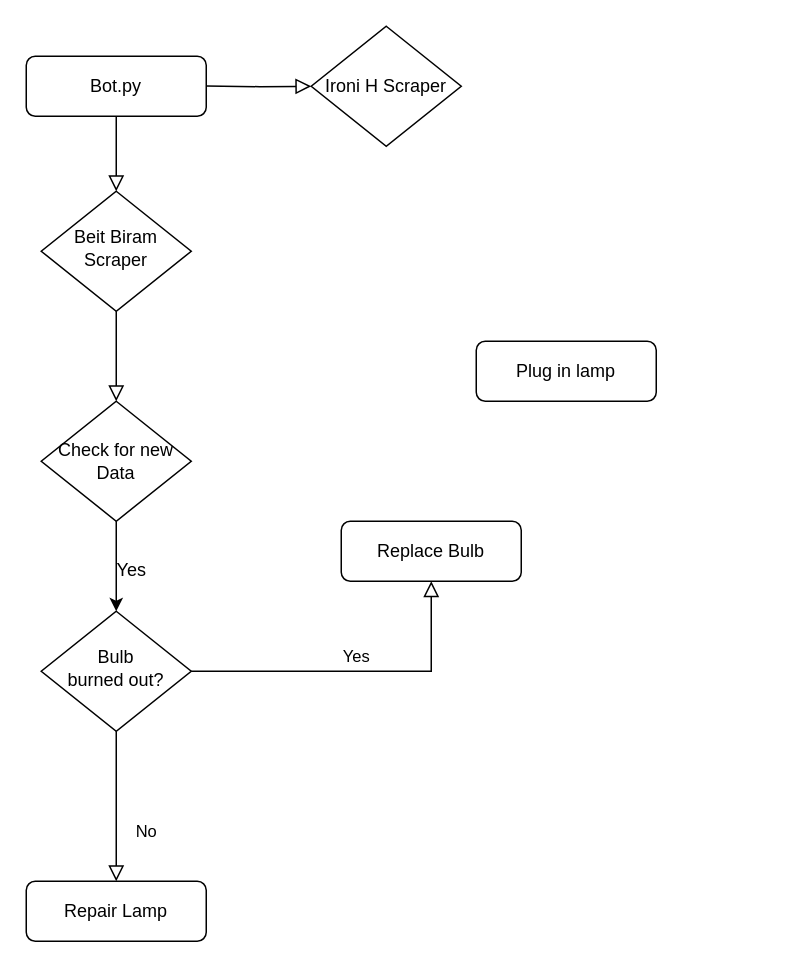
Above: Diagrams/Untitled Diagram.drawio in rakrakon/CalenderDiscordBot (draw.io), before the change. Source tidied: cells renumbered, new cells numbered last; positions are measured from the earlier drawing's top-left corner, leaving out a move shared by most shapes. Both pictures are drawn from the tidied source at 150%, with x=0, y=0 at pixel (26, 26).
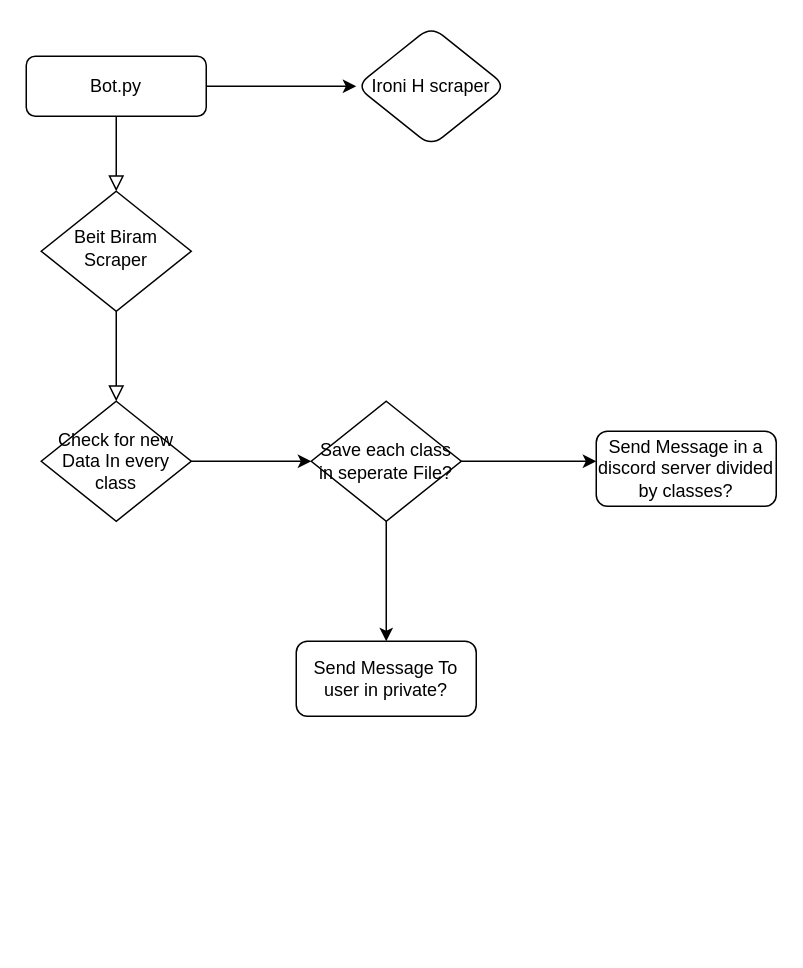
The same diagram, later.

What changed in the source:
```diff
@@
 <mxGraphModel>
   <root>
     <mxCell id="0" />
     <mxCell id="1" parent="0" />
     <mxCell id="2" style="rounded=0;html=1;jettySize=auto;fontSize=11;endArrow=block;endFill=0;endSize=8;strokeWidth=1;shadow=0;labelBackgroundColor=none;edgeStyle=orthogonalEdgeStyle;" parent="1" edge="1" source="3" target="5">
       <mxGeometry relative="1" as="geometry" />
     </mxCell>
+    <mxCell id="17" style="edgeStyle=orthogonalEdgeStyle;rounded=0;jettySize=auto;html=1;" parent="1" edge="1" source="3" target="22">
+      <mxGeometry relative="1" as="geometry" />
+    </mxCell>
     <mxCell id="3" value="Bot.py" style="rounded=1;whiteSpace=wrap;html=1;fontSize=12;glass=0;strokeWidth=1;shadow=0;" parent="1" vertex="1">
       <mxGeometry y="20" width="120" height="40" as="geometry" />
     </mxCell>
     <mxCell id="4" style="rounded=0;html=1;jettySize=auto;fontSize=11;endArrow=block;endFill=0;endSize=8;strokeWidth=1;shadow=0;labelBackgroundColor=none;edgeStyle=orthogonalEdgeStyle;" parent="1" edge="1" source="5" target="15">
       <mxGeometry y="20" relative="1" as="geometry" />
     </mxCell>
     <mxCell id="5" value="Beit Biram Scraper" style="rhombus;whiteSpace=wrap;html=1;shadow=0;fontFamily=Helvetica;fontSize=12;align=center;strokeWidth=1;spacing=6;spacingTop=-4;" parent="1" vertex="1">
       <mxGeometry x="10" y="110" width="100" height="80" as="geometry" />
     </mxCell>
-    <mxCell id="6" value="Plug in lamp" style="rounded=1;whiteSpace=wrap;html=1;fontSize=12;glass=0;strokeWidth=1;shadow=0;" parent="1" vertex="1">
-      <mxGeometry x="300" y="210" width="120" height="40" as="geometry" />
+    <mxCell id="6" value="Send Message in a discord server divided by classes?" style="rounded=1;whiteSpace=wrap;html=1;fontSize=12;glass=0;strokeWidth=1;shadow=0;" parent="1" vertex="1">
+      <mxGeometry x="380" y="270" width="120" height="50" as="geometry" />
     </mxCell>
-    <mxCell id="7" value="No" style="rounded=0;html=1;jettySize=auto;fontSize=11;endArrow=block;endFill=0;endSize=8;strokeWidth=1;shadow=0;labelBackgroundColor=none;edgeStyle=orthogonalEdgeStyle;" parent="1" edge="1" source="9" target="10">
-      <mxGeometry x="0.33" y="20" relative="1" as="geometry" />
-    </mxCell>
-    <mxCell id="8" value="Yes" style="edgeStyle=orthogonalEdgeStyle;rounded=0;html=1;jettySize=auto;fontSize=11;endArrow=block;endFill=0;endSize=8;strokeWidth=1;shadow=0;labelBackgroundColor=none;" parent="1" edge="1" source="9" target="11">
-      <mxGeometry y="10" relative="1" as="geometry" />
-    </mxCell>
-    <mxCell id="9" value="Bulb&lt;br&gt;burned out?" style="rhombus;whiteSpace=wrap;html=1;shadow=0;fontFamily=Helvetica;fontSize=12;align=center;strokeWidth=1;spacing=6;spacingTop=-4;" parent="1" vertex="1">
-      <mxGeometry x="10" y="390" width="100" height="80" as="geometry" />
-    </mxCell>
-    <mxCell id="10" value="Repair Lamp" style="rounded=1;whiteSpace=wrap;html=1;fontSize=12;glass=0;strokeWidth=1;shadow=0;" parent="1" vertex="1">
-      <mxGeometry y="570" width="120" height="40" as="geometry" />
-    </mxCell>
-    <mxCell id="11" value="Replace Bulb" style="rounded=1;whiteSpace=wrap;html=1;fontSize=12;glass=0;strokeWidth=1;shadow=0;" parent="1" vertex="1">
-      <mxGeometry x="210" y="330" width="120" height="40" as="geometry" />
+    <mxCell id="11" value="Send Message To user in private?" style="rounded=1;whiteSpace=wrap;html=1;fontSize=12;glass=0;strokeWidth=1;shadow=0;" parent="1" vertex="1">
+      <mxGeometry x="180" y="410" width="120" height="50" as="geometry" />
     </mxCell>
-    <mxCell id="12" value="Ironi H Scraper" style="rhombus;whiteSpace=wrap;html=1;" parent="1" vertex="1">
-      <mxGeometry x="190" width="100" height="80" as="geometry" />
-    </mxCell>
-    <mxCell id="13" style="edgeStyle=orthogonalEdgeStyle;rounded=0;html=1;jettySize=auto;fontSize=11;endArrow=block;endFill=0;endSize=8;strokeWidth=1;shadow=0;labelBackgroundColor=none;entryX=0;entryY=0.5;entryDx=0;entryDy=0;" parent="1" edge="1" target="12">
-      <mxGeometry y="10" relative="1" as="geometry">
-        <mxPoint x="120" y="39.8" as="sourcePoint" />
-      </mxGeometry>
-    </mxCell>
-    <mxCell id="14" style="edgeStyle=orthogonalEdgeStyle;rounded=0;jettySize=auto;html=1;" parent="1" edge="1" source="15" target="9">
-      <mxGeometry relative="1" as="geometry" />
-    </mxCell>
+    <mxCell id="18" style="edgeStyle=orthogonalEdgeStyle;rounded=0;jettySize=auto;html=1;" parent="1" edge="1" source="15" target="21">
+      <mxGeometry relative="1" as="geometry" />
+    </mxCell>
-    <mxCell id="15" value="Check for new Data" style="rhombus;whiteSpace=wrap;html=1;" parent="1" vertex="1">
+    <mxCell id="15" value="&lt;div&gt;Check for new Data In every class&lt;/div&gt;" style="rhombus;whiteSpace=wrap;html=1;" parent="1" vertex="1">
       <mxGeometry x="10" y="250" width="100" height="80" as="geometry" />
     </mxCell>
-    <mxCell id="16" value="&lt;div&gt;Yes&lt;/div&gt;" style="text;html=1;align=center;verticalAlign=middle;strokeColor=none;fillColor=none;" parent="1" vertex="1">
-      <mxGeometry x="50" y="348" width="40" height="30" as="geometry" />
-    </mxCell>
+    <mxCell id="19" style="edgeStyle=orthogonalEdgeStyle;rounded=0;jettySize=auto;html=1;" parent="1" edge="1" source="21" target="11">
+      <mxGeometry relative="1" as="geometry" />
+    </mxCell>
+    <mxCell id="20" style="edgeStyle=orthogonalEdgeStyle;rounded=0;jettySize=auto;html=1;" parent="1" edge="1" source="21">
+      <mxGeometry relative="1" as="geometry">
+        <mxPoint x="380" y="290" as="targetPoint" />
+      </mxGeometry>
+    </mxCell>
+    <mxCell id="21" value="Save each class in seperate File?" style="rhombus;whiteSpace=wrap;html=1;" parent="1" vertex="1">
+      <mxGeometry x="190" y="250" width="100" height="80" as="geometry" />
+    </mxCell>
+    <mxCell id="22" value="Ironi H scraper" style="rhombus;whiteSpace=wrap;html=1;rounded=1;glass=0;strokeWidth=1;shadow=0;" parent="1" vertex="1">
+      <mxGeometry x="220" width="100" height="80" as="geometry" />
+    </mxCell>
   </root>
 </mxGraphModel>
```
